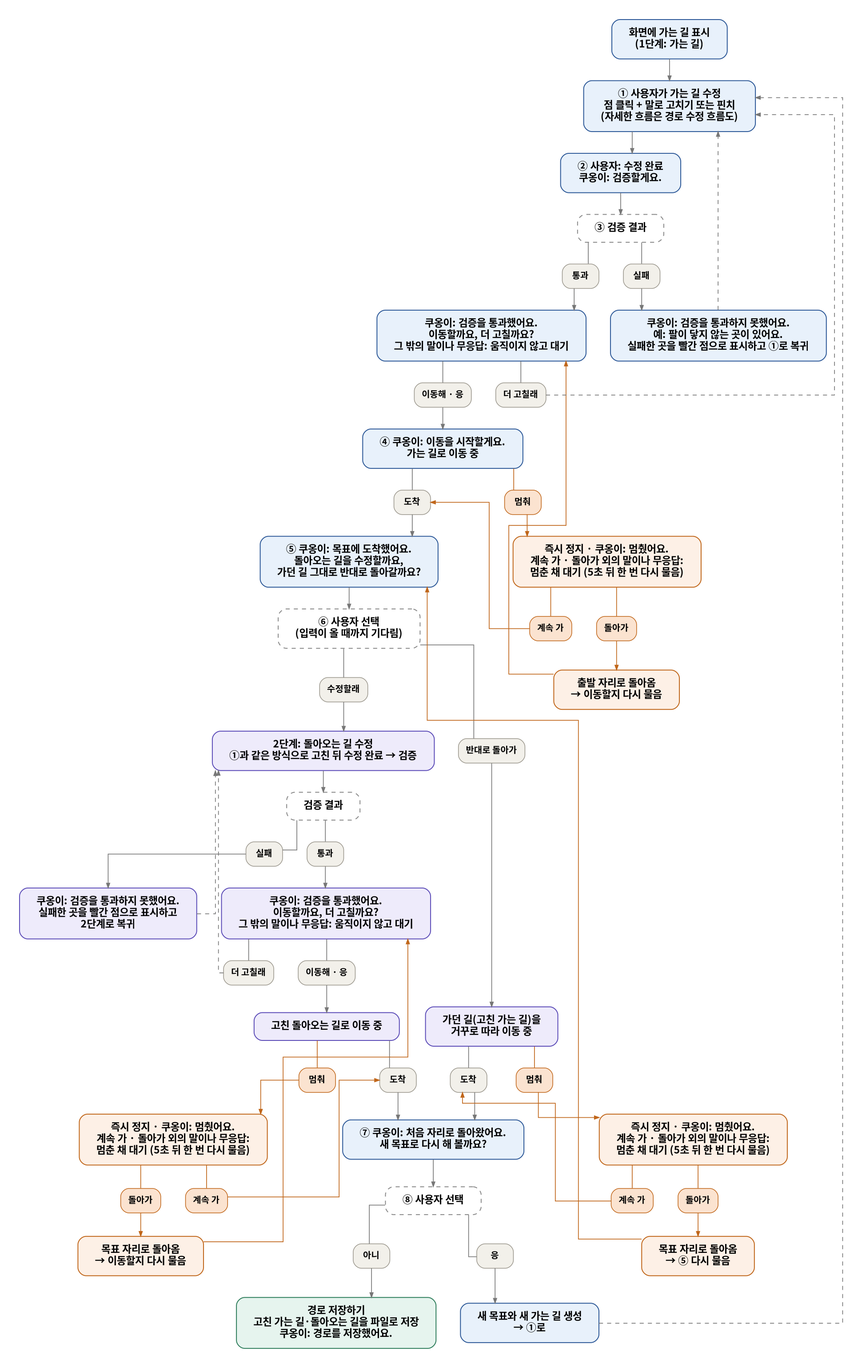
Earlier version of the Graphviz export docs/flow/flow1_overall.png (jaemin0319/ChatKHU). Its source is kept beside it as docs/flow/flow1_overall.dot.
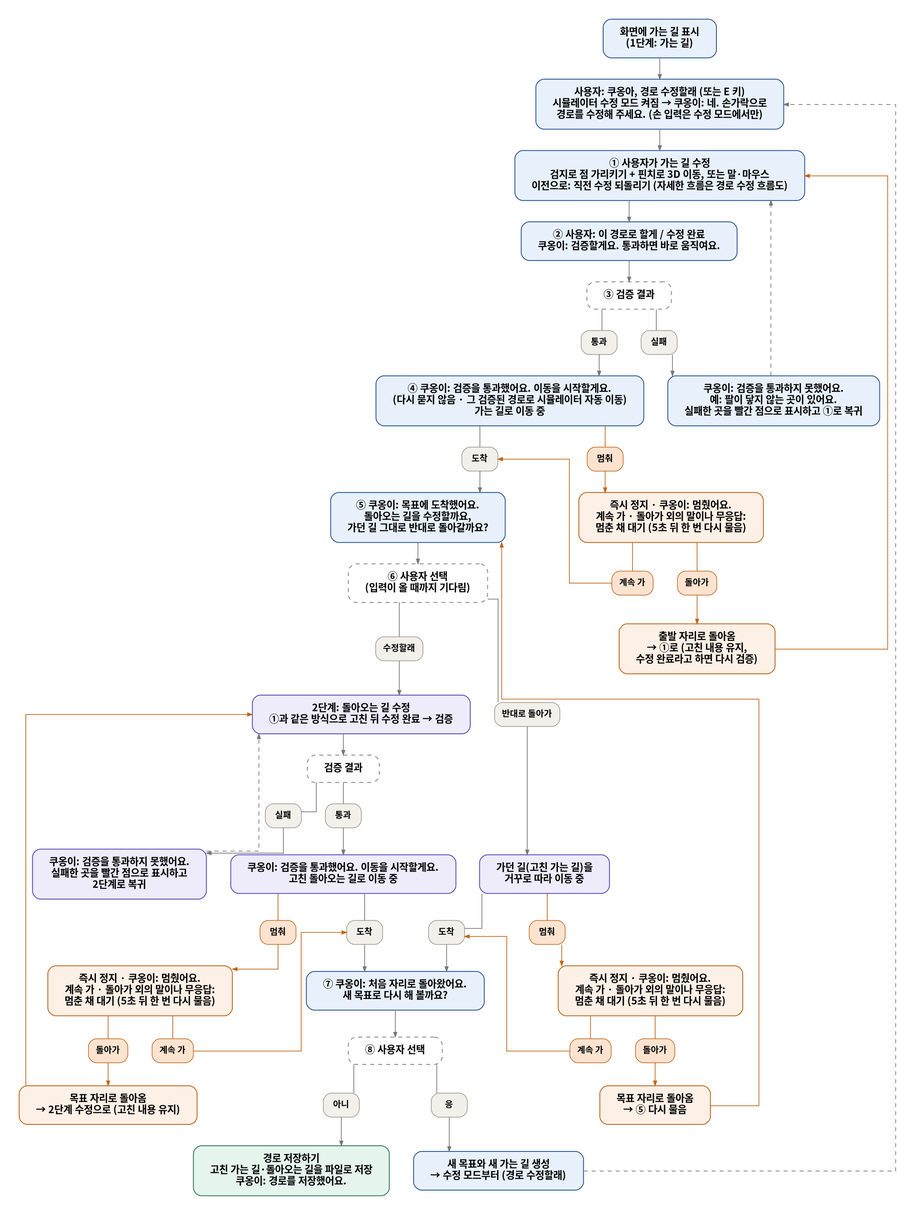
Above is the later version.

The edit, as a diff of the source:
```diff
@@ -2,59 +2,52 @@
   include_common
   graph [splines=ortho, nodesep=0.5, ranksep=0.45];
   start [label="화면에 가는 길 표시\n(1단계: 가는 길)"];
-  edit1 [label="① 사용자가 가는 길 수정\n점 클릭 + 말로 고치기 또는 핀치\n(자세한 흐름은 경로 수정 흐름도)"];
-  done1 [label="② 사용자: 수정 완료\n쿠옹이: 검증할게요."];
+  mode1 [label="사용자: 쿠옹아, 경로 수정할래 (또는 E 키)\n시뮬레이터 수정 모드 켜짐 → 쿠옹이: 네. 손가락으로\n경로를 수정해 주세요. (손 입력은 수정 모드에서만)"];
+  edit1 [label="① 사용자가 가는 길 수정\n검지로 점 가리키기 + 핀치로 3D 이동, 또는 말·마우스\n이전으로: 직전 수정 되돌리기 (자세한 흐름은 경로 수정 흐름도)"];
+  done1 [label="② 사용자: 이 경로로 할게 / 수정 완료\n쿠옹이: 검증할게요. 통과하면 바로 움직여요."];
   v1 [label="③ 검증 결과", style="rounded,dashed", fillcolor="white", color="#888888"];
   f1 [label="쿠옹이: 검증을 통과하지 못했어요.\n예: 팔이 닿지 않는 곳이 있어요.\n실패한 곳을 빨간 점으로 표시하고 ①로 복귀"];
-  ok1 [label="쿠옹이: 검증을 통과했어요.\n이동할까요, 더 고칠까요?\n그 밖의 말이나 무응답: 움직이지 않고 대기"];
-  m1 [label="④ 쿠옹이: 이동을 시작할게요.\n가는 길로 이동 중"];
+  m1 [label="④ 쿠옹이: 검증을 통과했어요. 이동을 시작할게요.\n(다시 묻지 않음 · 그 검증된 경로로 시뮬레이터 자동 이동)\n가는 길로 이동 중"];
   ask1 [label="⑤ 쿠옹이: 목표에 도착했어요.\n돌아오는 길을 수정할까요,\n가던 길 그대로 반대로 돌아갈까요?"];
   c1 [label="⑥ 사용자 선택\n(입력이 올 때까지 기다림)", style="rounded,dashed", fillcolor="white", color="#888888"];
   rev [label="가던 길(고친 가는 길)을\n거꾸로 따라 이동 중", fillcolor="#EEEBFB", color="#5B4BB7"];
   edit2 [label="2단계: 돌아오는 길 수정\n①과 같은 방식으로 고친 뒤 수정 완료 → 검증", fillcolor="#EEEBFB", color="#5B4BB7"];
   v2c [label="검증 결과", style="rounded,dashed", fillcolor="white", color="#888888"];
   f2 [label="쿠옹이: 검증을 통과하지 못했어요.\n실패한 곳을 빨간 점으로 표시하고\n2단계로 복귀", fillcolor="#EEEBFB", color="#5B4BB7"];
-  ok2 [label="쿠옹이: 검증을 통과했어요.\n이동할까요, 더 고칠까요?\n그 밖의 말이나 무응답: 움직이지 않고 대기", fillcolor="#EEEBFB", color="#5B4BB7"];
-  v2 [label="고친 돌아오는 길로 이동 중", fillcolor="#EEEBFB", color="#5B4BB7"];
+  v2 [label="쿠옹이: 검증을 통과했어요. 이동을 시작할게요.\n고친 돌아오는 길로 이동 중", fillcolor="#EEEBFB", color="#5B4BB7"];
   ask2 [label="⑦ 쿠옹이: 처음 자리로 돌아왔어요.\n새 목표로 다시 해 볼까요?"];
   c2 [label="⑧ 사용자 선택", style="rounded,dashed", fillcolor="white", color="#888888"];
-  newt [label="새 목표와 새 가는 길 생성\n→ ①로"];
+  newt [label="새 목표와 새 가는 길 생성\n→ 수정 모드부터 (경로 수정할래)"];
   save [label="경로 저장하기\n고친 가는 길·돌아오는 길을 파일로 저장\n쿠옹이: 경로를 저장했어요.", fillcolor="#E6F4EE", color="#2E7D5B"];
 
   node [fillcolor="#FDF0E6", color="#C0661A"];
   sA [label="즉시 정지 · 쿠옹이: 멈췄어요.\n계속 가 · 돌아가 외의 말이나 무응답:\n멈춘 채 대기 (5초 뒤 한 번 다시 물음)"];
-  bA [label="출발 자리로 돌아옴\n→ 이동할지 다시 물음"];
+  bA [label="출발 자리로 돌아옴\n→ ①로 (고친 내용 유지,\n수정 완료라고 하면 다시 검증)"];
   sB [label="즉시 정지 · 쿠옹이: 멈췄어요.\n계속 가 · 돌아가 외의 말이나 무응답:\n멈춘 채 대기 (5초 뒤 한 번 다시 물음)"];
   bB [label="목표 자리로 돌아옴\n→ ⑤ 다시 물음"];
   sC [label="즉시 정지 · 쿠옹이: 멈췄어요.\n계속 가 · 돌아가 외의 말이나 무응답:\n멈춘 채 대기 (5초 뒤 한 번 다시 물음)"];
-  bC [label="목표 자리로 돌아옴\n→ 이동할지 다시 물음"];
+  bC [label="목표 자리로 돌아옴\n→ 2단계 수정으로 (고친 내용 유지)"];
 
   node [style="rounded,filled", fillcolor="#F2F0EA", color="#9A968C", fontsize=13, margin="0.15,0.06", penwidth=1];
   p_fail [label="실패"]; p_pass [label="통과"]; p_fail2 [label="실패"]; p_pass2 [label="통과"];
   p_a1 [label="도착"]; p_a2 [label="도착"]; p_a3 [label="도착"];
   p_rev [label="반대로 돌아가"]; p_edit [label="수정할래"];
   p_yes [label="응"]; p_no [label="아니"];
-  p_go1 [label="이동해 · 응"]; p_more1 [label="더 고칠래"];
-  p_go2 [label="이동해 · 응"]; p_more2 [label="더 고칠래"];
   node [fillcolor="#FBE3D0", color="#C0661A"];
   p_s1 [label="멈춰"]; p_s2 [label="멈춰"]; p_s3 [label="멈춰"];
   aF [label="계속 가"]; aB [label="돌아가"];
   bF [label="계속 가"]; bBk [label="돌아가"];
   cF [label="계속 가"]; cBk [label="돌아가"];
 
-  start -> edit1 -> done1 -> v1;
-  v1 -> p_pass [arrowhead=none]; p_pass -> ok1;
-  ok1 -> p_go1 [arrowhead=none]; p_go1 -> m1;
-  ok1 -> p_more1 [arrowhead=none]; p_more1 -> edit1 [style=dashed, constraint=false];
+  start -> mode1 -> edit1 -> done1 -> v1;
+  v1 -> p_pass [arrowhead=none]; p_pass -> m1;
   v1 -> p_fail [arrowhead=none]; p_fail -> f1;
   f1 -> edit1 [style=dashed];
   m1 -> p_a1 [arrowhead=none]; p_a1 -> ask1;
   ask1 -> c1;
   c1 -> p_rev [arrowhead=none]; p_rev -> rev;
   c1 -> p_edit [arrowhead=none]; p_edit -> edit2 -> v2c;
-  v2c -> p_pass2 [arrowhead=none]; p_pass2 -> ok2;
-  ok2 -> p_go2 [arrowhead=none]; p_go2 -> v2;
-  ok2 -> p_more2 [arrowhead=none]; p_more2 -> edit2 [style=dashed, constraint=false];
+  v2c -> p_pass2 [arrowhead=none]; p_pass2 -> v2;
   v2c -> p_fail2 [arrowhead=none]; p_fail2 -> f2;
   f2 -> edit2 [style=dashed, constraint=false];
   rev -> p_a2 [arrowhead=none]; p_a2 -> ask2;
@@ -62,13 +55,13 @@
   ask2 -> c2;
   c2 -> p_yes [arrowhead=none]; p_yes -> newt;
   c2 -> p_no [arrowhead=none]; p_no -> save;
-  newt -> edit1 [style=dashed, constraint=false];
+  newt -> mode1 [style=dashed, constraint=false];
 
   edge [color="#C0661A"];
   m1 -> p_s1 [arrowhead=none]; p_s1 -> sA;
   sA -> aF [arrowhead=none]; aF -> p_a1 [constraint=false];
   sA -> aB [arrowhead=none]; aB -> bA;
-  bA -> ok1 [constraint=false];
+  bA -> edit1 [constraint=false];
 
   rev -> p_s2 [arrowhead=none]; p_s2 -> sB;
   sB -> bF [arrowhead=none]; bF -> p_a2 [constraint=false];
@@ -78,12 +71,10 @@
   v2 -> p_s3 [arrowhead=none]; p_s3 -> sC;
   sC -> cF [arrowhead=none]; cF -> p_a3 [constraint=false];
   sC -> cBk [arrowhead=none]; cBk -> bC;
-  bC -> ok2 [constraint=false];
+  bC -> edit2 [constraint=false];
 
   {rank=same; p_a1; p_s1}
   {rank=same; p_a2; p_s2; p_a3; p_s3}
   {rank=same; p_pass -> p_fail [style=invis]}
-  {rank=same; p_go1 -> p_more1 [style=invis]}
   {rank=same; p_fail2 -> p_pass2 [style=invis]}
-  {rank=same; p_more2 -> p_go2 [style=invis]}
 }
```
